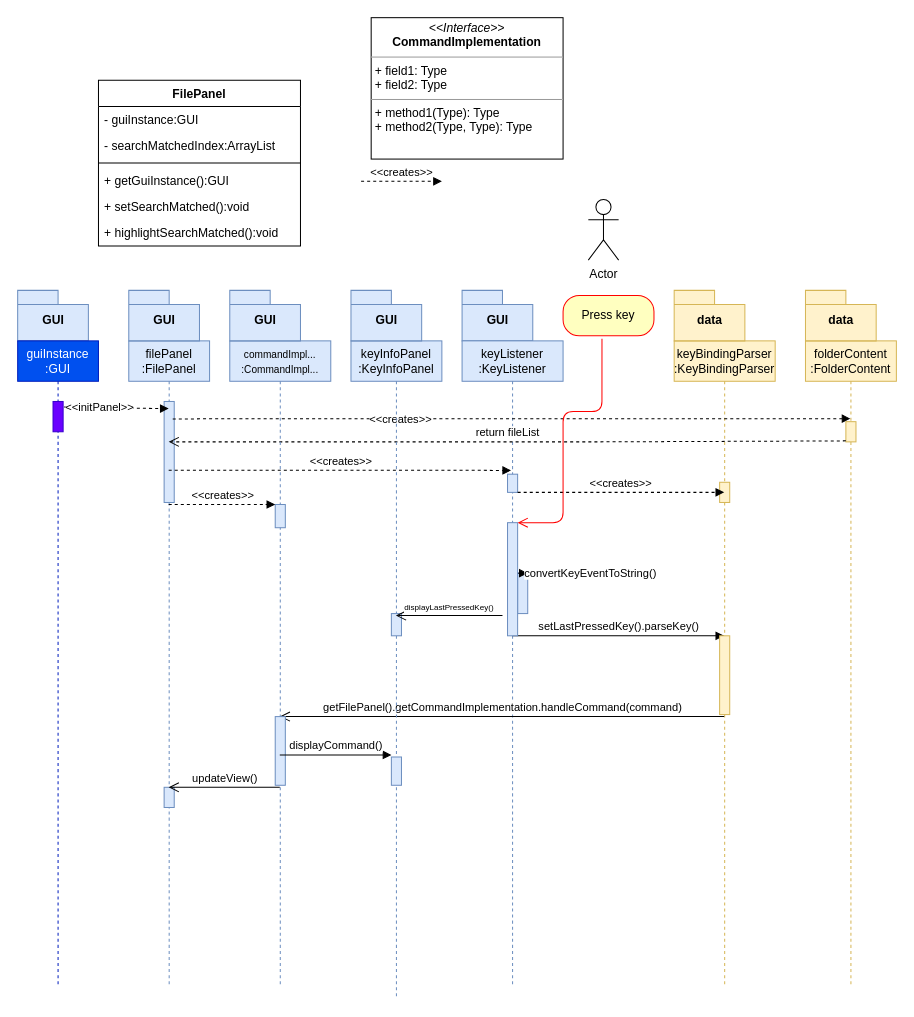
Before: page "Key Parsing Flow" (2 of 2) of AC UML.drawio in asszem/AndrasCommander, a draw.io diagram. Source tidied: cells renumbered, new cells numbered last; positions are measured from the earlier drawing's top-left corner, leaving out a move shared by most shapes. Both pictures are drawn from the tidied source at 101%, with x=0, y=0 at pixel (17, 17).
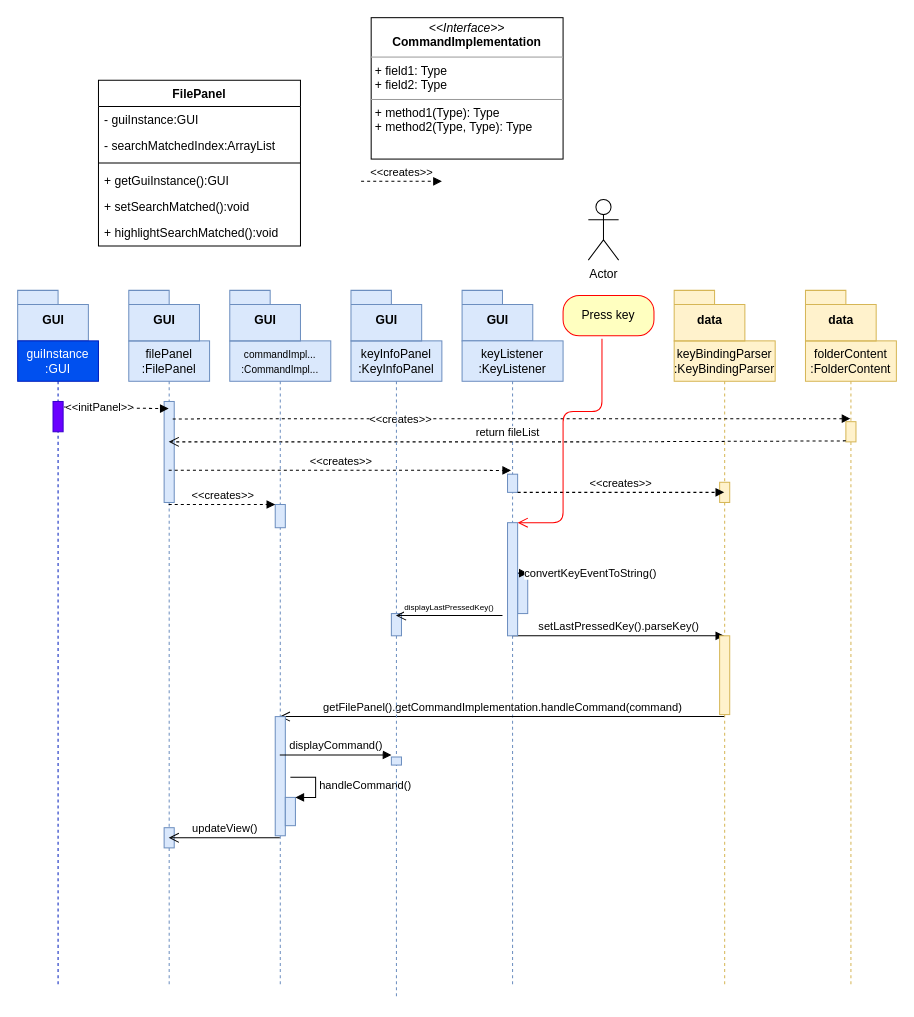
The same page after the edit.

Unchanged cells that the change refers to:
```xml
<mxCell id="6" value="filePanel&lt;br&gt;:FilePanel" style="shape=umlLifeline;perimeter=lifelinePerimeter;whiteSpace=wrap;html=1;outlineConnect=0;fillColor=#dae8fc;strokeColor=#6c8ebf;" parent="1" vertex="1">
  <mxGeometry x="110" y="320" width="80" height="640" as="geometry" />
</mxCell>
<mxCell id="41" value="&lt;font style=&quot;font-size: 10px&quot;&gt;commandImpl...&lt;br&gt;:CommandImpl...&lt;/font&gt;" style="shape=umlLifeline;perimeter=lifelinePerimeter;whiteSpace=wrap;html=1;outlineConnect=0;fillColor=#dae8fc;strokeColor=#6c8ebf;" parent="1" vertex="1">
  <mxGeometry x="210" y="320" width="100" height="640" as="geometry" />
</mxCell>
<mxCell id="49" value="keyInfoPanel&lt;br&gt;:KeyInfoPanel" style="shape=umlLifeline;perimeter=lifelinePerimeter;whiteSpace=wrap;html=1;outlineConnect=0;fillColor=#dae8fc;strokeColor=#6c8ebf;" parent="1" vertex="1">
  <mxGeometry x="330" y="320" width="90" height="652" as="geometry" />
</mxCell>
```

The edit, as a diff of the source:
```diff
@@
     <mxCell id="8" style="html=1;perimeter=orthogonalPerimeter;fillColor=#dae8fc;strokeColor=#6c8ebf;" parent="6" vertex="1">
-      <mxGeometry x="35" y="442" width="10" height="20" as="geometry" />
+      <mxGeometry x="35" y="482" width="10" height="20" as="geometry" />
     </mxCell>
@@
     <mxCell id="43" style="html=1;perimeter=orthogonalPerimeter;fillColor=#dae8fc;strokeColor=#6c8ebf;" parent="41" vertex="1">
-      <mxGeometry x="45" y="372" width="10" height="68" as="geometry" />
+      <mxGeometry x="45" y="372" width="10" height="118" as="geometry" />
     </mxCell>
+    <mxCell id="55" style="html=1;points=[];perimeter=orthogonalPerimeter;fillColor=#dae8fc;strokeColor=#6c8ebf;" parent="41" vertex="1">
+      <mxGeometry x="55" y="452" width="10" height="28" as="geometry" />
+    </mxCell>
+    <mxCell id="56" value="handleCommand()" style="edgeStyle=orthogonalEdgeStyle;html=1;align=left;spacingLeft=2;endArrow=block;rounded=0;entryX=1;entryY=0;" parent="41" edge="1" target="55">
+      <mxGeometry relative="1" as="geometry">
+        <mxPoint x="60" y="432" as="sourcePoint" />
+        <Array as="points">
+          <mxPoint x="85" y="432" />
+        </Array>
+      </mxGeometry>
+    </mxCell>
@@
     <mxCell id="48" value="updateView()" style="html=1;verticalAlign=bottom;endArrow=open;endSize=8;" parent="1" edge="1" source="41" target="6">
       <mxGeometry relative="1" as="geometry">
         <Array as="points">
-          <mxPoint x="230" y="762" />
+          <mxPoint x="210" y="812" />
         </Array>
       </mxGeometry>
     </mxCell>
@@
     <mxCell id="52" style="html=1;perimeter=orthogonalPerimeter;fillColor=#dae8fc;strokeColor=#6c8ebf;" parent="49" vertex="1">
-      <mxGeometry x="40" y="412" width="10" height="28" as="geometry" />
+      <mxGeometry x="40" y="412" width="10" height="8" as="geometry" />
     </mxCell>
```
